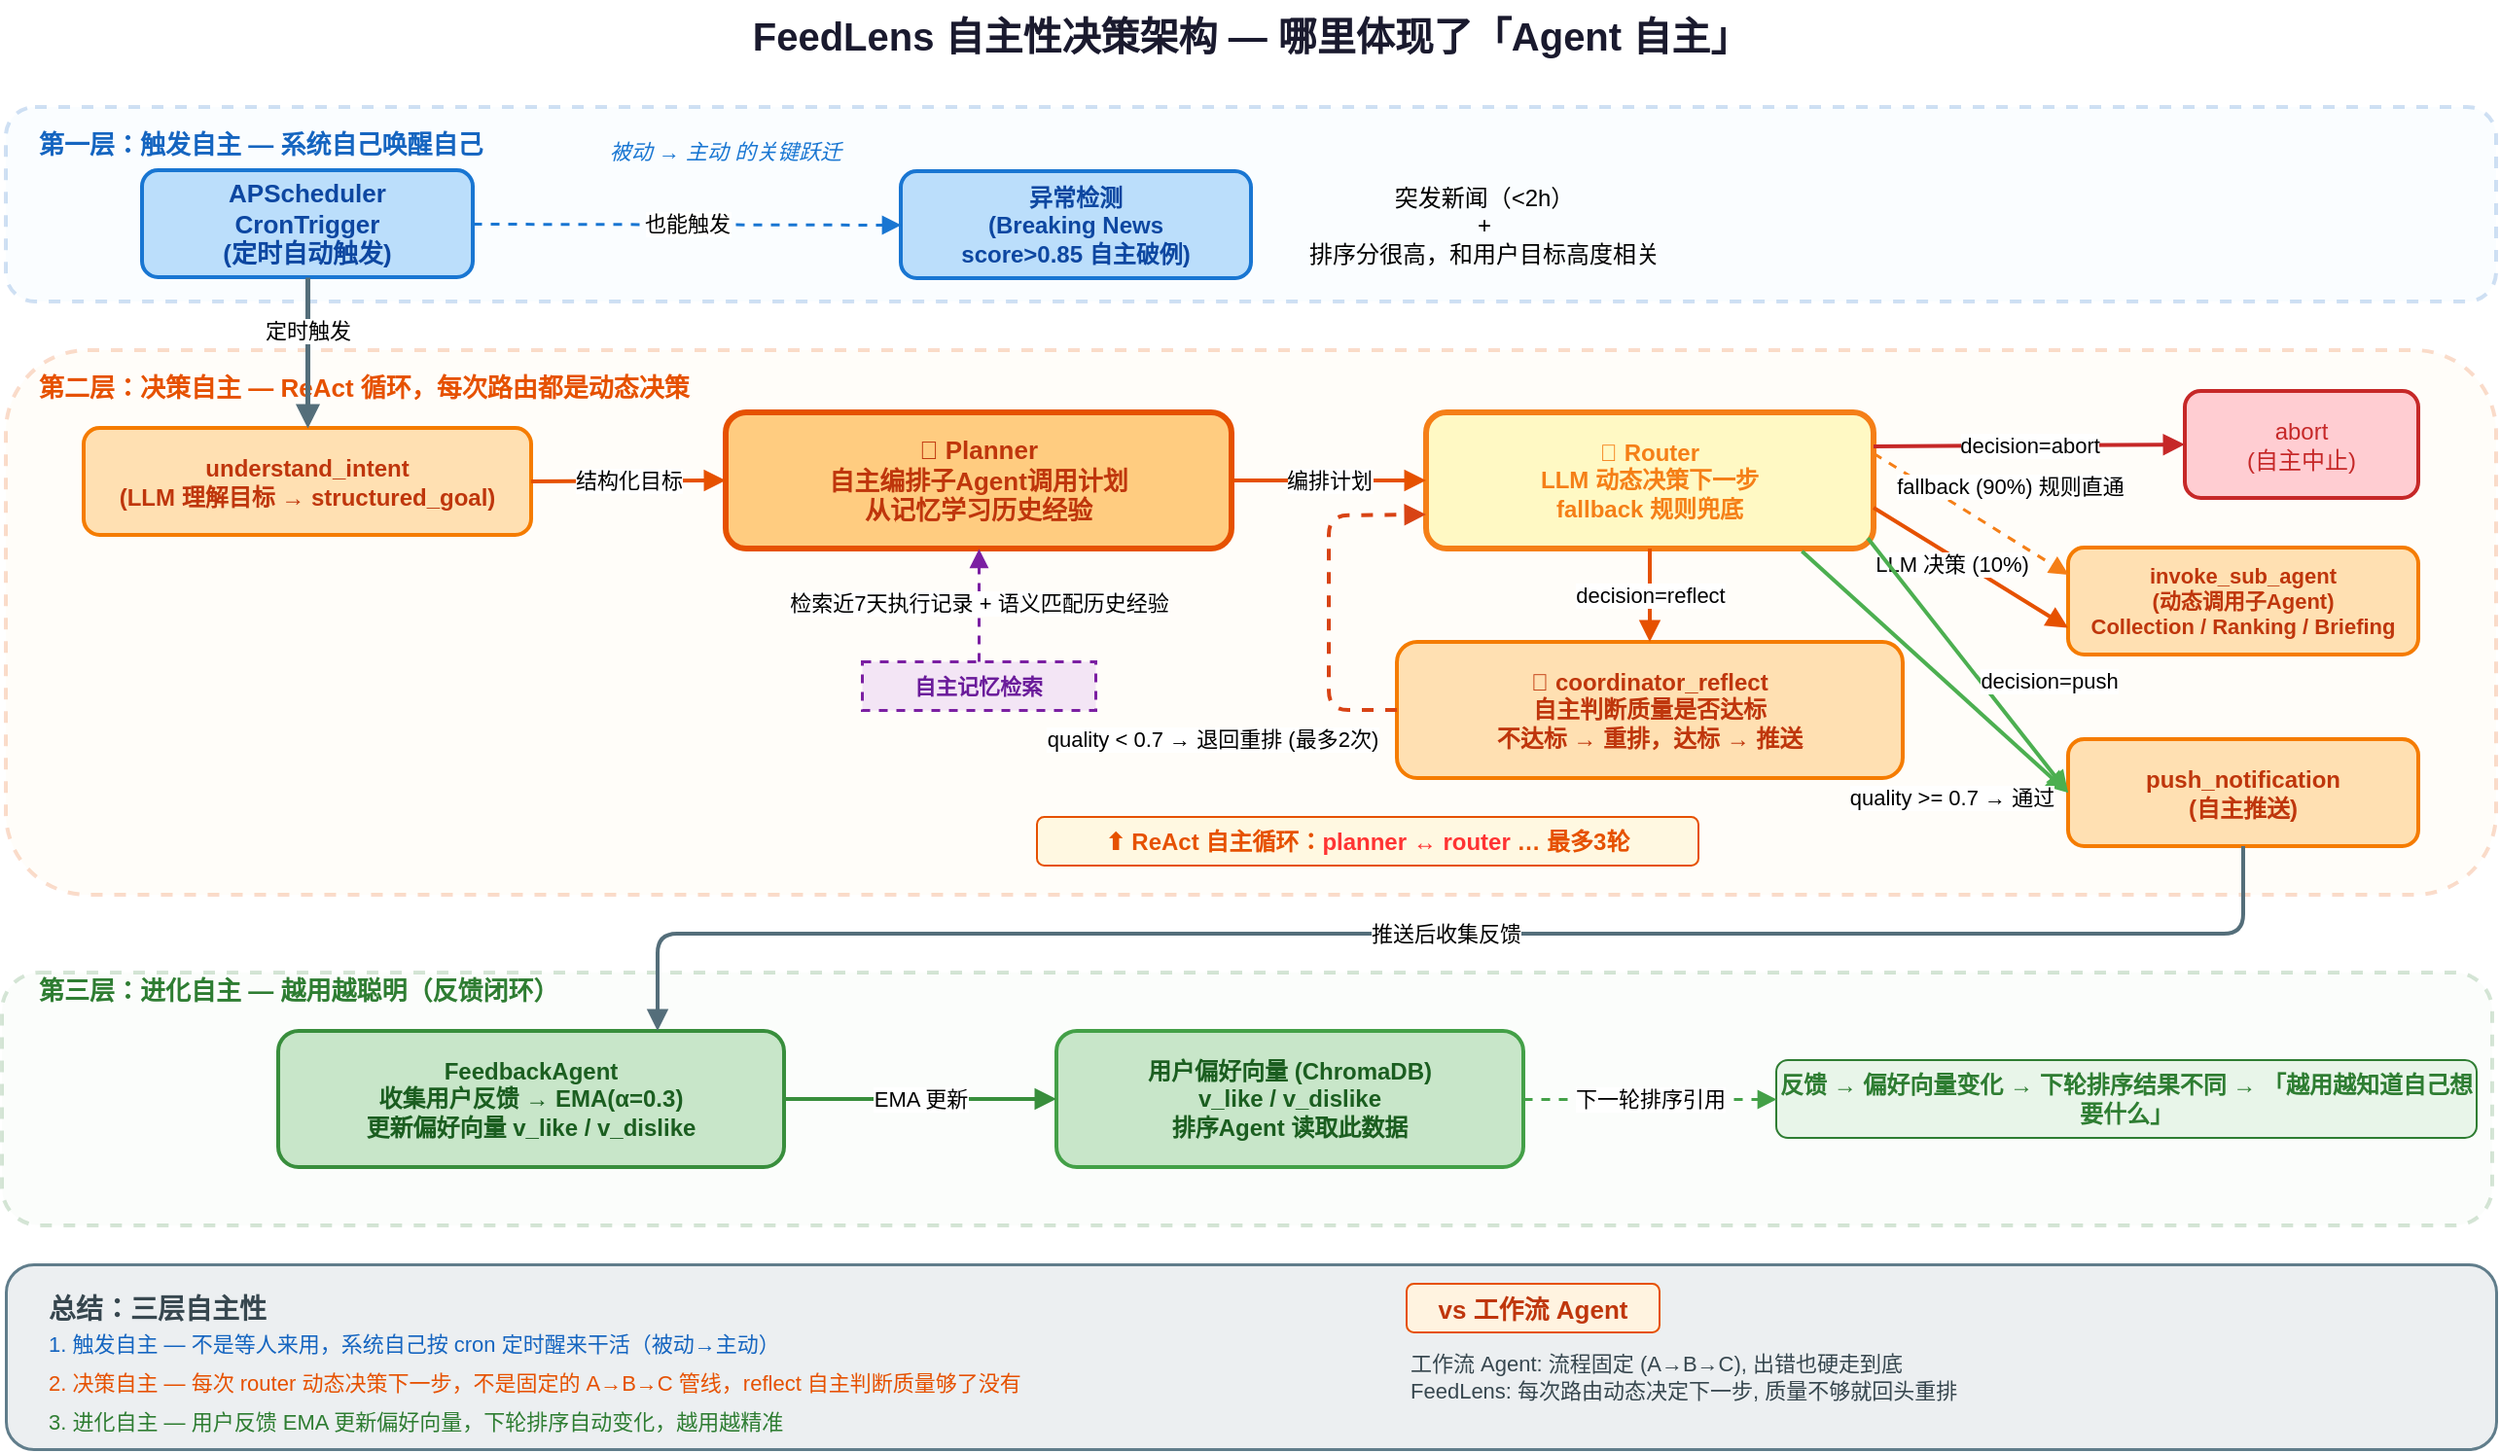
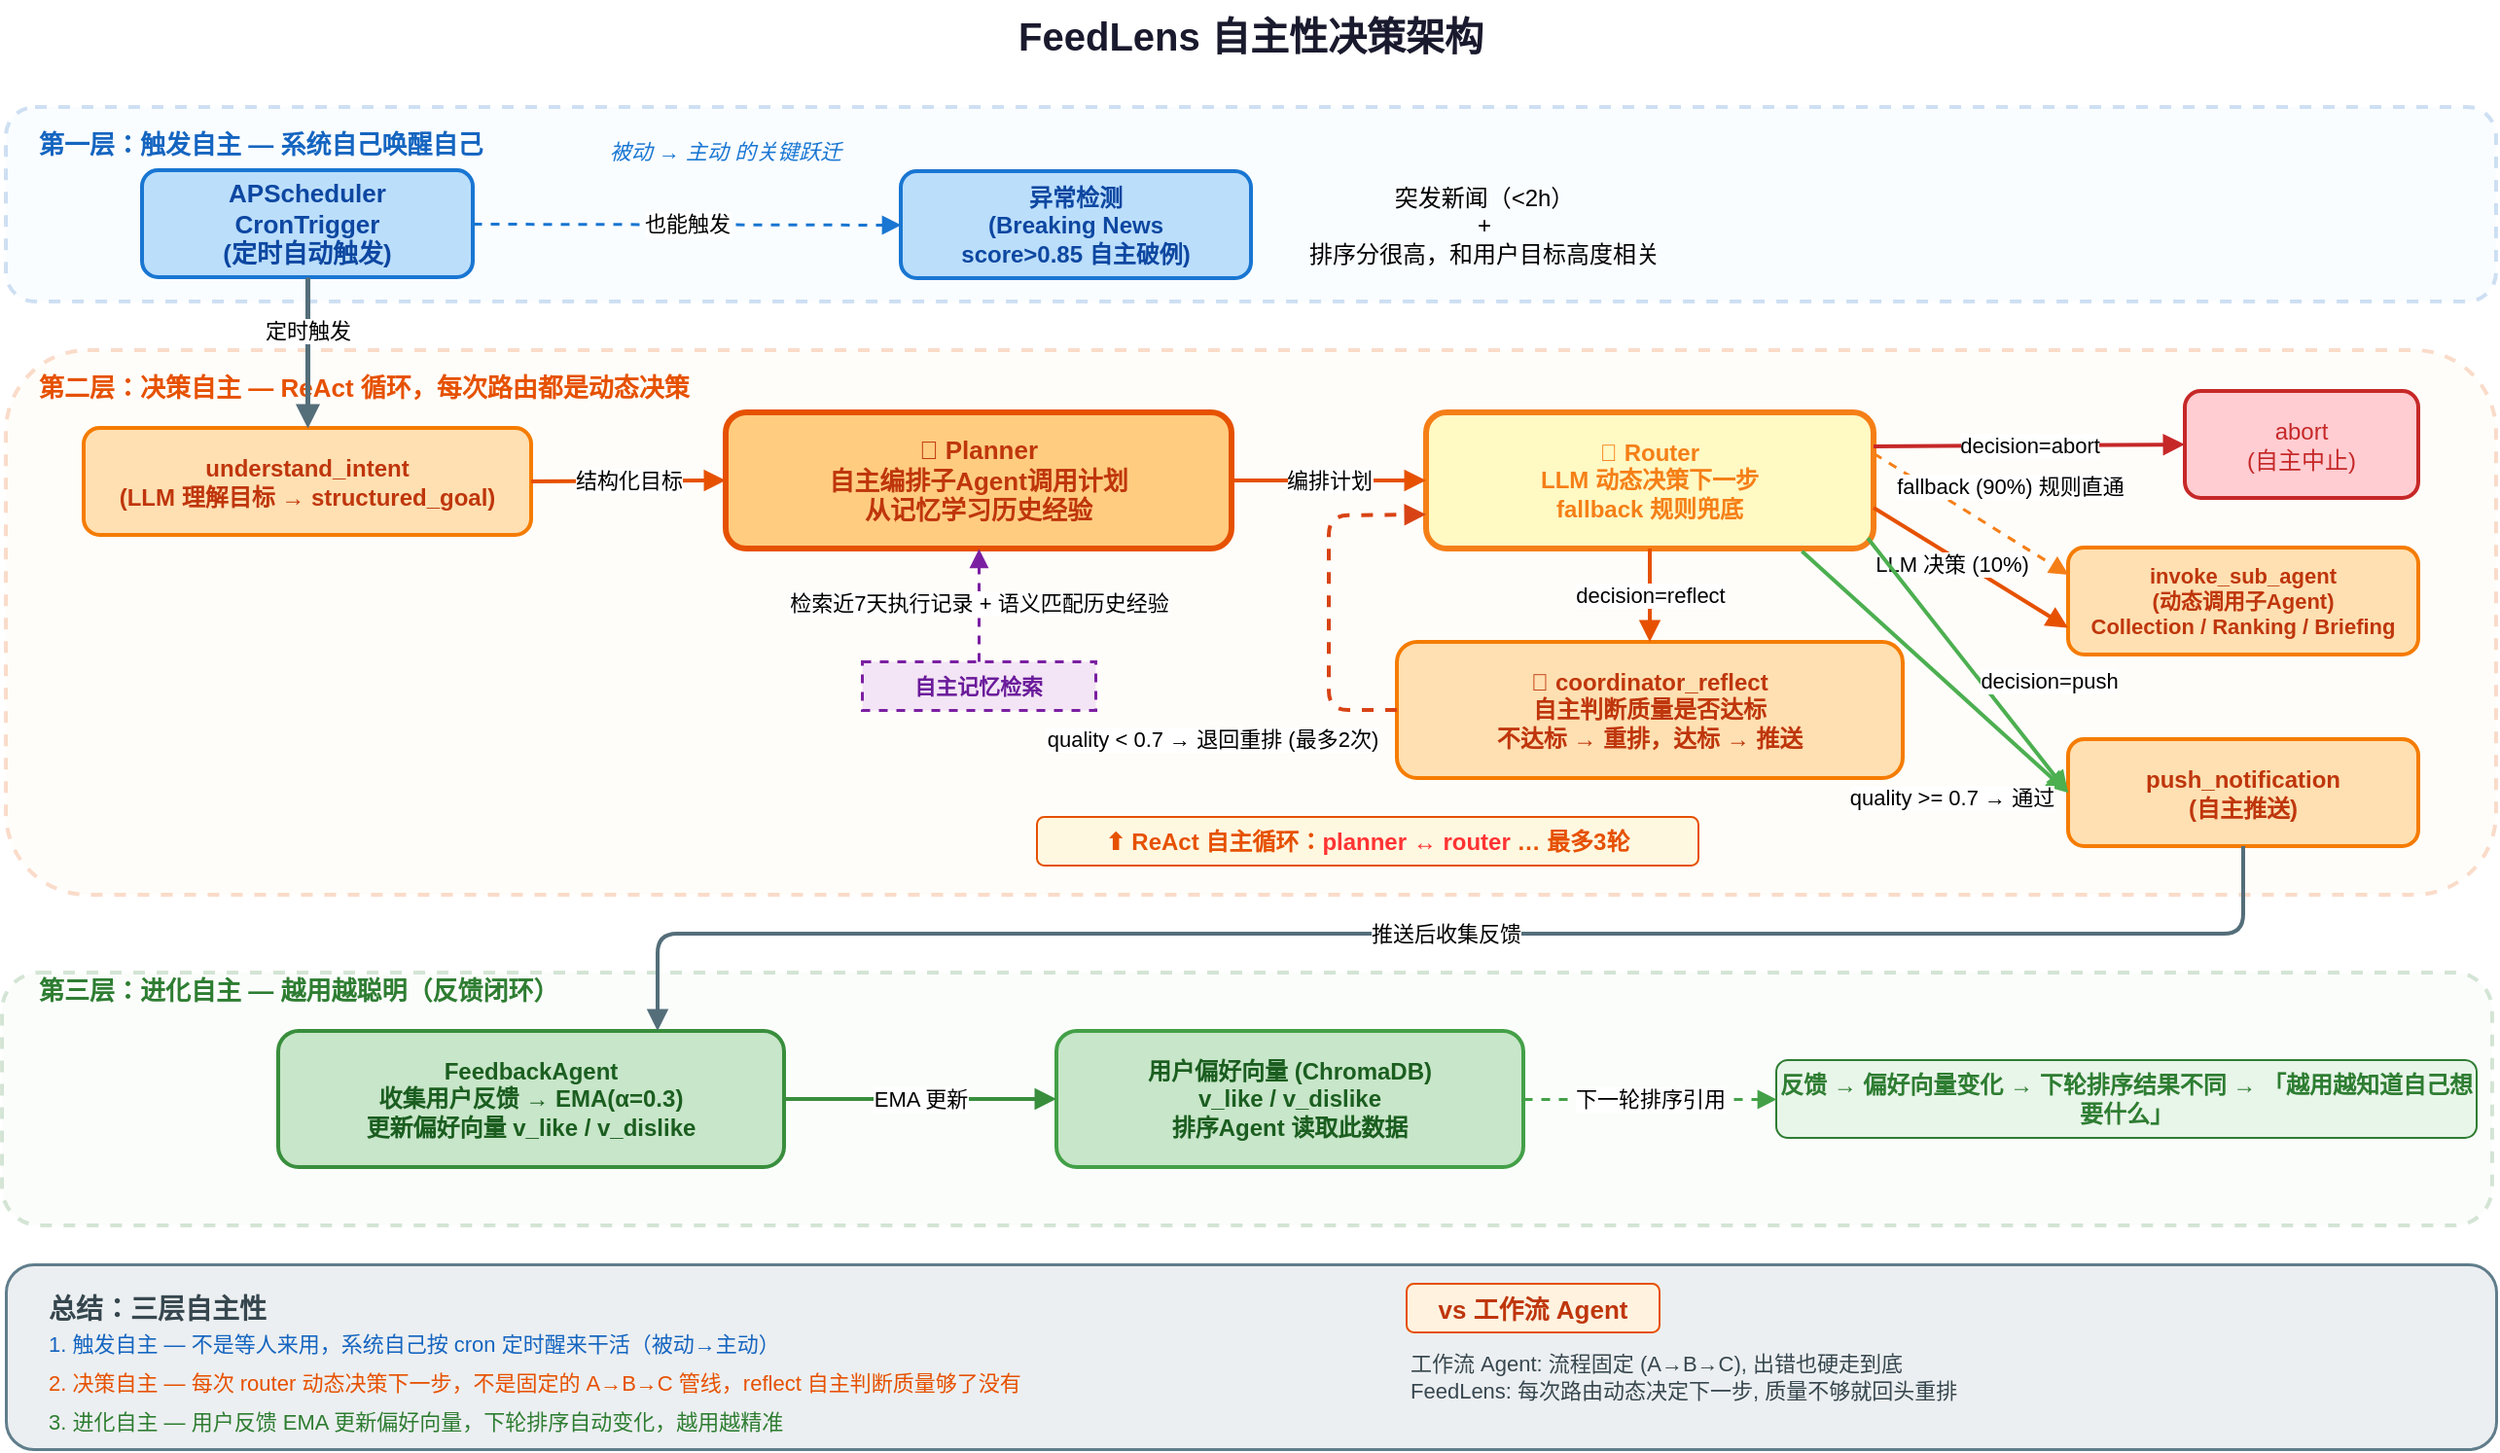
<mxfile host="65bd71144e">
    <diagram id="autonomy" name="FeedLens 自主性架构">
-         <mxGraphModel dx="1260" dy="565" grid="1" gridSize="10" guides="1" tooltips="1" connect="1" arrows="1" fold="1" page="1" pageScale="1" pageWidth="1400" pageHeight="950" math="0" shadow="0">
+         <mxGraphModel dx="1202" dy="536" grid="1" gridSize="10" guides="1" tooltips="1" connect="1" arrows="1" fold="1" page="1" pageScale="1" pageWidth="1400" pageHeight="950" background="#ffffff" math="0" shadow="0">
            <root>
                <mxCell id="0"/>
                <mxCell id="1" parent="0"/>
-                 <mxCell id="title" value="FeedLens 自主性决策架构 — 哪里体现了「Agent 自主」" style="text;html=1;strokeColor=none;fillColor=none;align=center;verticalAlign=middle;whiteSpace=wrap;fontSize=20;fontStyle=1;fontColor=#1a1a2e;" parent="1" vertex="1">
+                 <mxCell id="title" value="FeedLens 自主性决策架构" style="text;html=1;strokeColor=none;fillColor=none;align=center;verticalAlign=middle;whiteSpace=wrap;fontSize=20;fontStyle=1;fontColor=#1a1a2e;" parent="1" vertex="1">
                    <mxGeometry x="280" y="20" width="840" height="35" as="geometry"/>
                </mxCell>
                <mxCell id="l1_bg" value="" style="rounded=1;whiteSpace=wrap;html=1;fillColor=#E3F2FD;strokeColor=#1565C0;strokeWidth=2;dashed=1;opacity=20;" parent="1" vertex="1">
                    <mxGeometry x="60" y="75" width="1280" height="100" as="geometry"/>
                </mxCell>
                <mxCell id="l1_label" value="第一层：触发自主 — 系统自己唤醒自己" style="text;html=1;strokeColor=none;fillColor=none;align=left;verticalAlign=top;whiteSpace=wrap;fontSize=13;fontStyle=1;fontColor=#1565C0;" parent="1" vertex="1">
                    <mxGeometry x="75" y="80" width="350" height="22" as="geometry"/>
                </mxCell>
                <mxCell id="scheduler" value="APScheduler&#xa;CronTrigger&#xa;(定时自动触发)" style="rounded=1;whiteSpace=wrap;html=1;fillColor=#BBDEFB;strokeColor=#1976D2;strokeWidth=2;fontSize=13;fontStyle=1;fontColor=#0D47A1;align=center;" parent="1" vertex="1">
                    <mxGeometry x="130" y="107.5" width="170" height="55" as="geometry"/>
                </mxCell>
                <mxCell id="breaking_news" value="异常检测&#xa;(Breaking News&#xa;score&gt;0.85 自主破例)" style="rounded=1;whiteSpace=wrap;html=1;fillColor=#BBDEFB;strokeColor=#1976D2;strokeWidth=2;fontSize=12;fontStyle=1;fontColor=#0D47A1;align=center;" parent="1" vertex="1">
                    <mxGeometry x="520" y="108" width="180" height="55" as="geometry"/>
                </mxCell>
                <mxCell id="label_passive2active" value="被动 → 主动 的关键跃迁" style="text;html=1;strokeColor=none;fillColor=none;align=center;verticalAlign=middle;whiteSpace=wrap;fontSize=11;fontColor=#1976D2;fontStyle=2;" parent="1" vertex="1">
                    <mxGeometry x="330" y="88" width="200" height="20" as="geometry"/>
                </mxCell>
                <mxCell id="e_sched_to" value="也能触发" style="endArrow=block;html=1;strokeWidth=1.5;strokeColor=#1976D2;dashed=1;endFill=1;exitX=1;exitY=0.5;exitDx=0;exitDy=0;entryX=0;entryY=0.5;entryDx=0;entryDy=0;" parent="1" source="scheduler" target="breaking_news" edge="1">
                    <mxGeometry width="50" height="50" relative="1" as="geometry"/>
                </mxCell>
                <mxCell id="l2_bg" value="" style="rounded=1;whiteSpace=wrap;html=1;fillColor=#FFF3E0;strokeColor=#E65100;strokeWidth=2;dashed=1;opacity=20;" parent="1" vertex="1">
                    <mxGeometry x="60" y="200" width="1280" height="280" as="geometry"/>
                </mxCell>
                <mxCell id="l2_label" value="第二层：决策自主 — ReAct 循环，每次路由都是动态决策" style="text;html=1;strokeColor=none;fillColor=none;align=left;verticalAlign=top;whiteSpace=wrap;fontSize=13;fontStyle=1;fontColor=#E65100;" parent="1" vertex="1">
                    <mxGeometry x="75" y="205" width="400" height="22" as="geometry"/>
                </mxCell>
                <mxCell id="nd_understand" value="understand_intent&#xa;(LLM 理解目标 → structured_goal)" style="rounded=1;whiteSpace=wrap;html=1;fillColor=#FFE0B2;strokeColor=#F57C00;strokeWidth=2;fontSize=12;fontStyle=1;fontColor=#BF360C;align=center;" parent="1" vertex="1">
                    <mxGeometry x="100" y="240" width="230" height="55" as="geometry"/>
                </mxCell>
                <mxCell id="nd_planner" value="📌 Planner&#xa;自主编排子Agent调用计划&#xa;从记忆学习历史经验" style="rounded=1;whiteSpace=wrap;html=1;fillColor=#FFCC80;strokeColor=#E65100;strokeWidth=3;fontSize=13;fontStyle=1;fontColor=#BF360C;align=center;" parent="1" vertex="1">
                    <mxGeometry x="430" y="232" width="260" height="70" as="geometry"/>
                </mxCell>
                <mxCell id="nd_router" value="📌 Router&#xa;LLM 动态决策下一步&#xa;fallback 规则兜底" style="rounded=1;whiteSpace=wrap;html=1;fillColor=#FFF9C4;strokeColor=#F57F17;strokeWidth=3;fontSize=12;fontStyle=1;fontColor=#F57F17;align=center;" parent="1" vertex="1">
                    <mxGeometry x="790" y="232" width="230" height="70" as="geometry"/>
                </mxCell>
                <mxCell id="nd_reflect" value="📌 coordinator_reflect&#xa;自主判断质量是否达标&#xa;不达标 → 重排，达标 → 推送" style="rounded=1;whiteSpace=wrap;html=1;fillColor=#FFE0B2;strokeColor=#F57C00;strokeWidth=2;fontSize=12;fontStyle=1;fontColor=#BF360C;align=center;" parent="1" vertex="1">
                    <mxGeometry x="775" y="350" width="260" height="70" as="geometry"/>
                </mxCell>
                <mxCell id="mem_read_label" value="自主记忆检索" style="rounded=0;whiteSpace=wrap;html=1;fillColor=#F3E5F5;strokeColor=#7B1FA2;strokeWidth=1.5;dashed=1;fontSize=11;fontStyle=1;fontColor=#6A1B9A;align=center;" parent="1" vertex="1">
                    <mxGeometry x="500" y="360" width="120" height="25" as="geometry"/>
                </mxCell>
                <mxCell id="nd_push" value="push_notification&#xa;(自主推送)" style="rounded=1;whiteSpace=wrap;html=1;fillColor=#FFE0B2;strokeColor=#F57C00;strokeWidth=2;fontSize=12;fontStyle=1;fontColor=#BF360C;align=center;" parent="1" vertex="1">
                    <mxGeometry x="1120" y="400" width="180" height="55" as="geometry"/>
                </mxCell>
                <mxCell id="nd_invoke" value="invoke_sub_agent&#xa;(动态调用子Agent)&#xa;Collection / Ranking / Briefing" style="rounded=1;whiteSpace=wrap;html=1;fillColor=#FFE0B2;strokeColor=#F57C00;strokeWidth=2;fontSize=11;fontStyle=1;fontColor=#BF360C;align=center;" parent="1" vertex="1">
                    <mxGeometry x="1120" y="301.5" width="180" height="55" as="geometry"/>
                </mxCell>
                <mxCell id="nd_abort" value="abort&#xa;(自主中止)" style="rounded=1;whiteSpace=wrap;html=1;fillColor=#FFCDD2;strokeColor=#C62828;strokeWidth=2;fontSize=12;fontColor=#C62828;align=center;" parent="1" vertex="1">
                    <mxGeometry x="1180" y="221" width="120" height="55" as="geometry"/>
                </mxCell>
                <mxCell id="e1" value="结构化目标" style="endArrow=block;html=1;strokeWidth=2;strokeColor=#E65100;endFill=1;exitX=1;exitY=0.5;exitDx=0;exitDy=0;entryX=0;entryY=0.5;entryDx=0;entryDy=0;" parent="1" source="nd_understand" target="nd_planner" edge="1">
                    <mxGeometry width="50" height="50" relative="1" as="geometry"/>
                </mxCell>
                <mxCell id="e2" value="编排计划" style="endArrow=block;html=1;strokeWidth=2;strokeColor=#E65100;endFill=1;exitX=1;exitY=0.5;exitDx=0;exitDy=0;entryX=0;entryY=0.5;entryDx=0;entryDy=0;" parent="1" source="nd_planner" target="nd_router" edge="1">
                    <mxGeometry width="50" height="50" relative="1" as="geometry">
                        <mxPoint x="690" y="267" as="sourcePoint"/>
                        <mxPoint x="790" y="267" as="targetPoint"/>
                    </mxGeometry>
                </mxCell>
                <mxCell id="e_rtr_fb" value="fallback (90%) 规则直通" style="endArrow=block;html=1;strokeWidth=1.5;strokeColor=#F57F17;dashed=1;endFill=1;exitX=1;exitY=0.3;exitDx=0;exitDy=0;entryX=0;entryY=0.25;entryDx=0;entryDy=0;" parent="1" source="nd_router" target="nd_invoke" edge="1">
                    <mxGeometry x="0.1615" y="23" width="50" height="50" relative="1" as="geometry">
                        <mxPoint as="offset"/>
                    </mxGeometry>
                </mxCell>
                <mxCell id="e_rtr_llm" value="LLM 决策 (10%)" style="endArrow=block;html=1;strokeWidth=2;strokeColor=#E65100;endFill=1;exitX=1;exitY=0.7;exitDx=0;exitDy=0;entryX=0;entryY=0.75;entryDx=0;entryDy=0;" parent="1" source="nd_router" target="nd_invoke" edge="1">
                    <mxGeometry x="-0.1616" y="-4" width="50" height="50" relative="1" as="geometry">
                        <mxPoint as="offset"/>
                    </mxGeometry>
                </mxCell>
                <mxCell id="e_rtr_ref" value="decision=reflect" style="endArrow=block;html=1;strokeWidth=2;strokeColor=#E65100;endFill=1;exitX=0.5;exitY=1;exitDx=0;exitDy=0;entryX=0.5;entryY=0;entryDx=0;entryDy=0;" parent="1" source="nd_router" target="nd_reflect" edge="1">
                    <mxGeometry width="50" height="50" relative="1" as="geometry"/>
                </mxCell>
                <mxCell id="e_rtr_push" value="decision=push" style="endArrow=block;html=1;strokeWidth=2;strokeColor=#4CAF50;endFill=1;entryX=0;entryY=0.5;entryDx=0;entryDy=0;exitX=0.987;exitY=0.924;exitDx=0;exitDy=0;exitPerimeter=0;" parent="1" source="nd_router" target="nd_push" edge="1">
                    <mxGeometry x="0.383" y="28" width="50" height="50" relative="1" as="geometry">
                        <mxPoint as="offset"/>
                    </mxGeometry>
                </mxCell>
                <mxCell id="e_rtr_abort" value="decision=abort" style="endArrow=block;html=1;strokeWidth=2;strokeColor=#C62828;endFill=1;exitX=1;exitY=0.25;exitDx=0;exitDy=0;entryX=0;entryY=0.5;entryDx=0;entryDy=0;" parent="1" source="nd_router" target="nd_abort" edge="1">
                    <mxGeometry width="50" height="50" relative="1" as="geometry"/>
                </mxCell>
                <mxCell id="e_ref_pass" value="quality &gt;= 0.7 → 通过" style="endArrow=block;html=1;strokeWidth=2;strokeColor=#4CAF50;endFill=1;exitX=0.84;exitY=1.02;exitDx=0;exitDy=0;entryX=0;entryY=0.5;entryDx=0;entryDy=0;exitPerimeter=0;" parent="1" source="nd_router" target="nd_push" edge="1">
                    <mxGeometry x="0.537" y="-42" width="50" height="50" relative="1" as="geometry">
                        <mxPoint as="offset"/>
                    </mxGeometry>
                </mxCell>
                <mxCell id="e_ref_fail" value="quality &lt; 0.7 → 退回重排 (最多2次)" style="endArrow=block;html=1;strokeWidth=2;strokeColor=#D84315;dashed=1;endFill=1;exitX=0;exitY=0.5;exitDx=0;exitDy=0;entryX=0;entryY=0.75;entryDx=0;entryDy=0;" parent="1" source="nd_reflect" target="nd_router" edge="1">
                    <mxGeometry x="-0.6216" y="62" width="50" height="50" relative="1" as="geometry">
                        <Array as="points">
                            <mxPoint x="740" y="385"/>
                            <mxPoint x="740" y="285"/>
                        </Array>
                        <mxPoint x="2" y="15" as="offset"/>
                    </mxGeometry>
                </mxCell>
                <mxCell id="e_mem_read" value="检索近7天执行记录 + 语义匹配历史经验" style="endArrow=block;html=1;strokeWidth=1.5;strokeColor=#7B1FA2;dashed=1;endFill=1;exitX=0.5;exitY=0;exitDx=0;exitDy=0;entryX=0.5;entryY=1;entryDx=0;entryDy=0;" parent="1" source="mem_read_label" target="nd_planner" edge="1">
                    <mxGeometry x="0.0345" width="50" height="50" relative="1" as="geometry">
                        <Array as="points"/>
                        <mxPoint as="offset"/>
                    </mxGeometry>
                </mxCell>
                <mxCell id="react_note" value="⬆ ReAct 自主循环：&lt;font style=&quot;color: rgb(255, 51, 51);&quot;&gt;planner ↔ router&lt;/font&gt; … 最多3轮" style="text;html=1;strokeColor=none;fillColor=#FFF8E1;align=center;verticalAlign=middle;whiteSpace=wrap;fontSize=12;fontStyle=1;fontColor=#E65100;rounded=1;strokeWidth=1;strokeColor=#E65100;" parent="1" vertex="1">
                    <mxGeometry x="590" y="440" width="340" height="25" as="geometry"/>
                </mxCell>
                <mxCell id="l3_bg" value="" style="rounded=1;whiteSpace=wrap;html=1;fillColor=#E8F5E9;strokeColor=#2E7D32;strokeWidth=2;dashed=1;opacity=20;" parent="1" vertex="1">
                    <mxGeometry x="58" y="520" width="1280" height="130" as="geometry"/>
                </mxCell>
                <mxCell id="l3_label" value="第三层：进化自主 — 越用越聪明（反馈闭环）" style="text;html=1;strokeColor=none;fillColor=none;align=left;verticalAlign=top;whiteSpace=wrap;fontSize=13;fontStyle=1;fontColor=#2E7D32;" parent="1" vertex="1">
                    <mxGeometry x="75" y="515" width="350" height="22" as="geometry"/>
                </mxCell>
                <mxCell id="nd_feedback" value="FeedbackAgent&#xa;收集用户反馈 → EMA(α=0.3)&#xa;更新偏好向量 v_like / v_dislike" style="rounded=1;whiteSpace=wrap;html=1;fillColor=#C8E6C9;strokeColor=#388E3C;strokeWidth=2;fontSize=12;fontStyle=1;fontColor=#1B5E20;align=center;" parent="1" vertex="1">
                    <mxGeometry x="200" y="550" width="260" height="70" as="geometry"/>
                </mxCell>
                <mxCell id="nd_prefs" value="用户偏好向量 (ChromaDB)&#xa;v_like / v_dislike&#xa;排序Agent 读取此数据" style="rounded=1;whiteSpace=wrap;html=1;fillColor=#C8E6C9;strokeColor=#43A047;strokeWidth=2;fontSize=12;fontStyle=1;fontColor=#1B5E20;align=center;" parent="1" vertex="1">
                    <mxGeometry x="600" y="550" width="240" height="70" as="geometry"/>
                </mxCell>
                <mxCell id="evolve_note" value="反馈 → 偏好向量变化 → 下轮排序结果不同 → 「越用越知道自己想要什么」" style="text;html=1;strokeColor=none;fillColor=#E8F5E9;align=center;verticalAlign=middle;whiteSpace=wrap;fontSize=12;fontStyle=1;fontColor=#2E7D32;rounded=1;strokeWidth=1;strokeColor=#2E7D32;" parent="1" vertex="1">
                    <mxGeometry x="970" y="565" width="360" height="40" as="geometry"/>
                </mxCell>
                <mxCell id="e_fb_pref" value="EMA 更新" style="endArrow=block;html=1;strokeWidth=2;strokeColor=#388E3C;endFill=1;exitX=1;exitY=0.5;exitDx=0;exitDy=0;entryX=0;entryY=0.5;entryDx=0;entryDy=0;" parent="1" source="nd_feedback" target="nd_prefs" edge="1">
                    <mxGeometry width="50" height="50" relative="1" as="geometry"/>
                </mxCell>
                <mxCell id="e_pref_rank" value="下一轮排序引用" style="endArrow=block;html=1;strokeWidth=1.5;strokeColor=#43A047;dashed=1;endFill=1;exitX=1;exitY=0.5;exitDx=0;exitDy=0;entryX=0;entryY=0.5;entryDx=0;entryDy=0;" parent="1" source="nd_prefs" target="evolve_note" edge="1">
                    <mxGeometry width="50" height="50" relative="1" as="geometry">
                        <mxPoint x="720" y="585" as="sourcePoint"/>
                        <mxPoint x="930" y="585" as="targetPoint"/>
                    </mxGeometry>
                </mxCell>
                <mxCell id="e_trigger" value="定时触发" style="endArrow=block;html=1;strokeWidth=2.5;strokeColor=#546E7A;endFill=1;entryX=0.5;entryY=0;entryDx=0;entryDy=0;exitX=0.5;exitY=1;exitDx=0;exitDy=0;" parent="1" source="scheduler" target="nd_understand" edge="1">
                    <mxGeometry x="-0.2903" width="50" height="50" relative="1" as="geometry">
                        <mxPoint as="offset"/>
                    </mxGeometry>
                </mxCell>
                <mxCell id="e_push_fb" value="推送后收集反馈" style="endArrow=block;html=1;strokeWidth=2;strokeColor=#546E7A;endFill=1;exitX=0.5;exitY=1;exitDx=0;exitDy=0;entryX=0.75;entryY=0;entryDx=0;entryDy=0;" parent="1" source="nd_push" target="nd_feedback" edge="1">
                    <mxGeometry width="50" height="50" relative="1" as="geometry">
                        <Array as="points">
                            <mxPoint x="1210" y="500"/>
                            <mxPoint x="395" y="500"/>
                        </Array>
                    </mxGeometry>
                </mxCell>
                <mxCell id="summary_bg" value="" style="rounded=1;whiteSpace=wrap;html=1;fillColor=#ECEFF1;strokeColor=#607D8B;strokeWidth=1.5;" parent="1" vertex="1">
                    <mxGeometry x="60" y="670" width="1280" height="95" as="geometry"/>
                </mxCell>
                <mxCell id="summary_label" value="总结：三层自主性" style="text;html=1;strokeColor=none;fillColor=none;align=left;verticalAlign=top;whiteSpace=wrap;fontSize=14;fontStyle=1;fontColor=#37474F;" parent="1" vertex="1">
                    <mxGeometry x="80" y="678" width="200" height="22" as="geometry"/>
                </mxCell>
                <mxCell id="summary_t1" value="1. 触发自主 — 不是等人来用，系统自己按 cron 定时醒来干活（被动→主动）" style="text;html=1;strokeColor=none;fillColor=none;align=left;verticalAlign=middle;whiteSpace=wrap;fontSize=11;fontColor=#1565C0;" parent="1" vertex="1">
                    <mxGeometry x="80" y="702" width="560" height="18" as="geometry"/>
                </mxCell>
                <mxCell id="summary_t2" value="2. 决策自主 — 每次 router 动态决策下一步，不是固定的 A→B→C 管线，reflect 自主判断质量够了没有" style="text;html=1;strokeColor=none;fillColor=none;align=left;verticalAlign=middle;whiteSpace=wrap;fontSize=11;fontColor=#E65100;" parent="1" vertex="1">
                    <mxGeometry x="80" y="722" width="600" height="18" as="geometry"/>
                </mxCell>
                <mxCell id="summary_t3" value="3. 进化自主 — 用户反馈 EMA 更新偏好向量，下轮排序自动变化，越用越精准" style="text;html=1;strokeColor=none;fillColor=none;align=left;verticalAlign=middle;whiteSpace=wrap;fontSize=11;fontColor=#2E7D32;" parent="1" vertex="1">
                    <mxGeometry x="80" y="742" width="560" height="18" as="geometry"/>
                </mxCell>
                <mxCell id="vs_label" value="vs 工作流 Agent" style="text;html=1;strokeColor=none;fillColor=#FFF3E0;align=center;verticalAlign=middle;whiteSpace=wrap;fontSize=13;fontStyle=1;fontColor=#BF360C;rounded=1;strokeWidth=1;strokeColor=#E65100;" parent="1" vertex="1">
                    <mxGeometry x="780" y="680" width="130" height="25" as="geometry"/>
                </mxCell>
                <mxCell id="vs_content" value="工作流 Agent: 流程固定 (A→B→C), 出错也硬走到底&#xa;FeedLens: 每次路由动态决定下一步, 质量不够就回头重排" style="text;html=1;strokeColor=none;fillColor=none;align=left;verticalAlign=middle;whiteSpace=wrap;fontSize=11;fontColor=#37474F;" parent="1" vertex="1">
                    <mxGeometry x="780" y="708" width="540" height="40" as="geometry"/>
                </mxCell>
                <mxCell id="2" value="突发新闻（&amp;lt;2h）&lt;br&gt;+&lt;br&gt;排序分很高，和用户目标高度相关" style="text;html=1;align=center;verticalAlign=middle;whiteSpace=wrap;rounded=0;" parent="1" vertex="1">
                    <mxGeometry x="720" y="120.5" width="200" height="30" as="geometry"/>
                </mxCell>
            </root>
        </mxGraphModel>
    </diagram>
</mxfile>